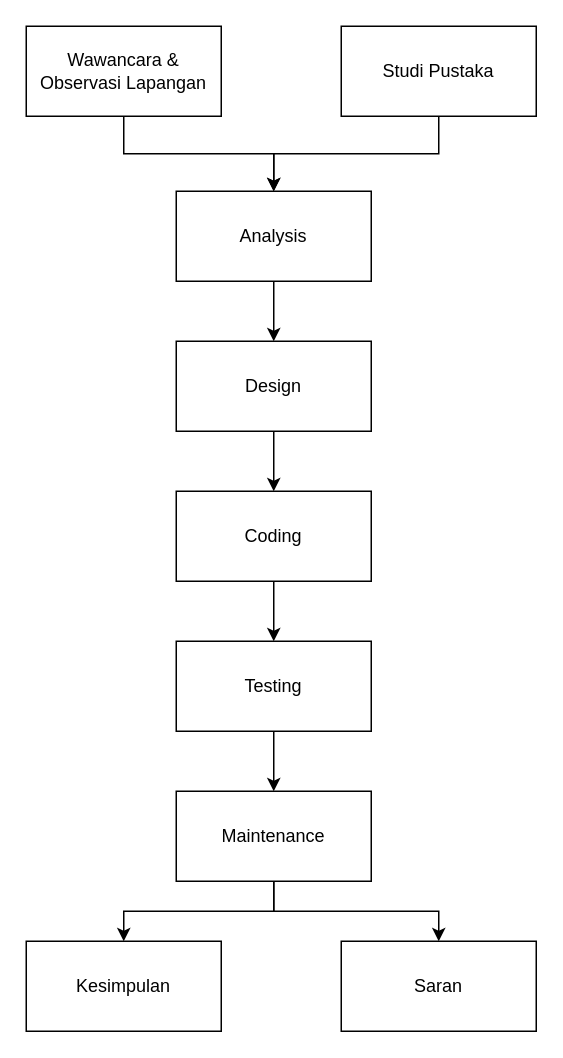
The draw.io diagram page "Page-9" (9 of 9) of SIAKAD ERD.drawio in RidhoAnshory/drawiocloud, before the edit. Source tidied: cells renumbered, new cells numbered last; positions are measured from the earlier drawing's top-left corner, leaving out a move shared by most shapes. Both pictures are drawn from the tidied source at 150%, with x=0, y=0 at pixel (26, 26).
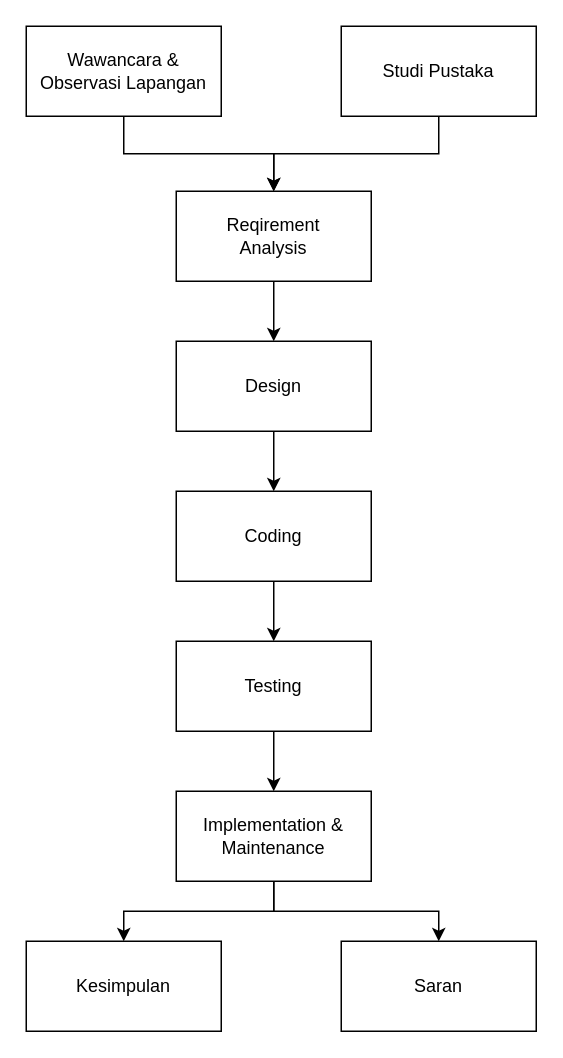
After the change.

The edit, as a diff of the source:
```diff
@@
 <mxGraphModel>
   <root>
     <mxCell id="0" />
     <mxCell id="1" parent="0" />
     <mxCell id="2" style="edgeStyle=orthogonalEdgeStyle;rounded=0;jettySize=auto;html=1;entryX=0.5;entryY=0;entryDx=0;entryDy=0;endArrow=classic;endFill=1;" parent="1" edge="1" source="3" target="7">
       <mxGeometry relative="1" as="geometry" />
     </mxCell>
     <mxCell id="3" value="Wawancara &amp;amp;&lt;br&gt;Observasi Lapangan" style="rounded=0;whiteSpace=wrap;html=1;" parent="1" vertex="1">
       <mxGeometry width="130" height="60" as="geometry" />
     </mxCell>
     <mxCell id="4" style="edgeStyle=orthogonalEdgeStyle;rounded=0;jettySize=auto;html=1;entryX=0.5;entryY=0;entryDx=0;entryDy=0;endArrow=classic;endFill=1;" parent="1" edge="1" source="5" target="7">
       <mxGeometry relative="1" as="geometry" />
     </mxCell>
     <mxCell id="5" value="Studi Pustaka" style="rounded=0;whiteSpace=wrap;html=1;" parent="1" vertex="1">
       <mxGeometry x="210" width="130" height="60" as="geometry" />
     </mxCell>
     <mxCell id="6" style="edgeStyle=orthogonalEdgeStyle;rounded=0;jettySize=auto;html=1;entryX=0.5;entryY=0;entryDx=0;entryDy=0;endArrow=classic;endFill=1;" parent="1" edge="1" source="7" target="9">
       <mxGeometry relative="1" as="geometry" />
     </mxCell>
-    <mxCell id="7" value="Analysis" style="rounded=0;whiteSpace=wrap;html=1;" parent="1" vertex="1">
+    <mxCell id="7" value="Reqirement&lt;br&gt;Analysis" style="rounded=0;whiteSpace=wrap;html=1;" parent="1" vertex="1">
       <mxGeometry x="100" y="110" width="130" height="60" as="geometry" />
     </mxCell>
     <mxCell id="8" style="edgeStyle=orthogonalEdgeStyle;rounded=0;jettySize=auto;html=1;endArrow=classic;endFill=1;" parent="1" edge="1" source="9" target="11">
       <mxGeometry relative="1" as="geometry" />
     </mxCell>
     <mxCell id="9" value="Design" style="rounded=0;whiteSpace=wrap;html=1;" parent="1" vertex="1">
       <mxGeometry x="100" y="210" width="130" height="60" as="geometry" />
     </mxCell>
     <mxCell id="10" style="edgeStyle=orthogonalEdgeStyle;rounded=0;jettySize=auto;html=1;endArrow=classic;endFill=1;" parent="1" edge="1" source="11" target="13">
       <mxGeometry relative="1" as="geometry" />
     </mxCell>
     <mxCell id="11" value="Coding" style="rounded=0;whiteSpace=wrap;html=1;" parent="1" vertex="1">
       <mxGeometry x="100" y="310" width="130" height="60" as="geometry" />
     </mxCell>
     <mxCell id="12" style="edgeStyle=orthogonalEdgeStyle;rounded=0;jettySize=auto;html=1;endArrow=classic;endFill=1;" parent="1" edge="1" source="13" target="16">
       <mxGeometry relative="1" as="geometry" />
     </mxCell>
     <mxCell id="13" value="Testing" style="rounded=0;whiteSpace=wrap;html=1;" parent="1" vertex="1">
       <mxGeometry x="100" y="410" width="130" height="60" as="geometry" />
     </mxCell>
     <mxCell id="14" style="edgeStyle=orthogonalEdgeStyle;rounded=0;jettySize=auto;html=1;entryX=0.5;entryY=0;entryDx=0;entryDy=0;endArrow=classic;endFill=1;" parent="1" edge="1" source="16" target="17">
       <mxGeometry relative="1" as="geometry" />
     </mxCell>
     <mxCell id="15" style="edgeStyle=orthogonalEdgeStyle;rounded=0;jettySize=auto;html=1;endArrow=classic;endFill=1;" parent="1" edge="1" source="16" target="18">
       <mxGeometry relative="1" as="geometry" />
     </mxCell>
-    <mxCell id="16" value="Maintenance" style="rounded=0;whiteSpace=wrap;html=1;" parent="1" vertex="1">
+    <mxCell id="16" value="Implementation &amp;amp;&lt;br&gt;Maintenance" style="rounded=0;whiteSpace=wrap;html=1;" parent="1" vertex="1">
       <mxGeometry x="100" y="510" width="130" height="60" as="geometry" />
     </mxCell>
     <mxCell id="17" value="Kesimpulan" style="rounded=0;whiteSpace=wrap;html=1;" parent="1" vertex="1">
       <mxGeometry y="610" width="130" height="60" as="geometry" />
     </mxCell>
     <mxCell id="18" value="Saran" style="rounded=0;whiteSpace=wrap;html=1;" parent="1" vertex="1">
       <mxGeometry x="210" y="610" width="130" height="60" as="geometry" />
     </mxCell>
   </root>
 </mxGraphModel>
```
